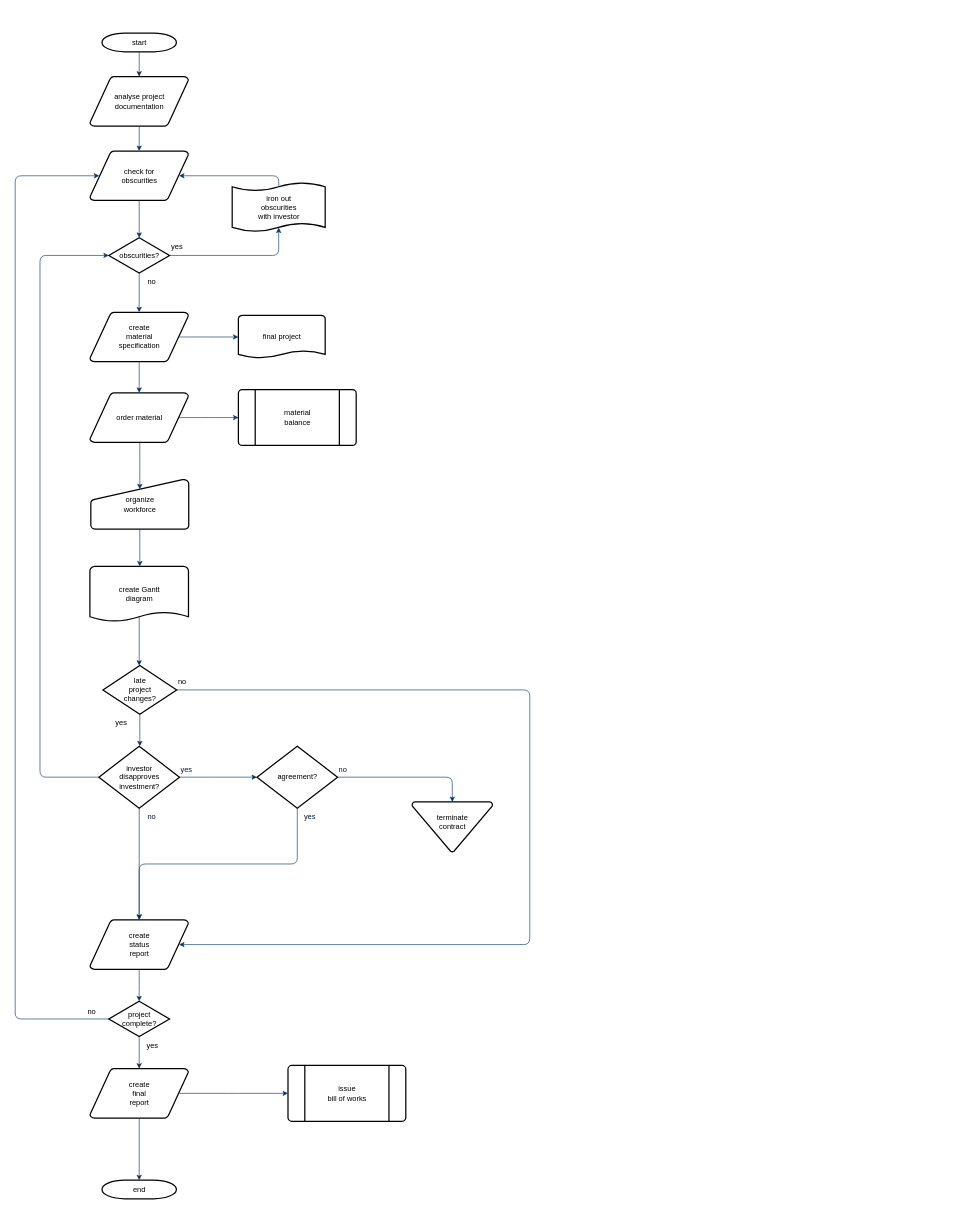
This is duo.drawio from linuxscreen/draw.io, a draw.io file, before an edit. Source tidied: cells renumbered, new cells numbered last; positions are measured from the earlier drawing's top-left corner, leaving out a move shared by most shapes. Both pictures are drawn from the tidied source at 62%, with x=0, y=0 at pixel (15, 33).
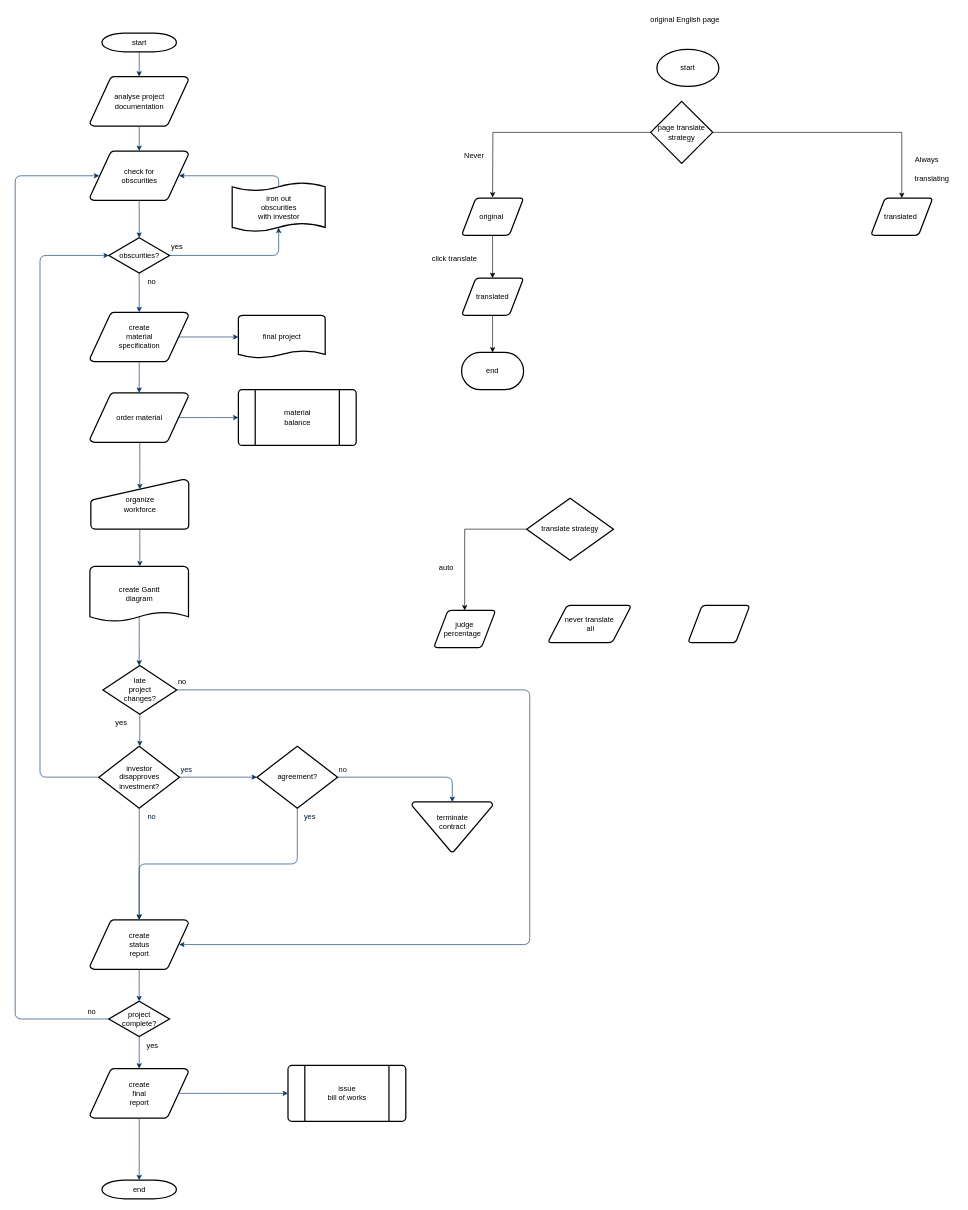
Above is the later version.

The edit, as a diff of the source:
```diff
@@
+    <mxCell id="56" value="start" style="strokeWidth=2;html=1;shape=mxgraph.flowchart.start_1;whiteSpace=wrap;" parent="1" vertex="1">
+      <mxGeometry x="1035" y="26" width="100" height="60" as="geometry" />
+    </mxCell>
+    <mxCell id="57" value="original English page" style="text;html=1;align=center;verticalAlign=middle;strokeColor=none;fillColor=none;" parent="1" vertex="1">
+      <mxGeometry x="1015" y="-36" width="130" height="30" as="geometry" />
+    </mxCell>
+    <mxCell id="58" style="edgeStyle=orthogonalEdgeStyle;rounded=0;jettySize=auto;html=1;exitX=0;exitY=0.5;exitDx=0;exitDy=0;exitPerimeter=0;entryX=0.5;entryY=0;entryDx=0;entryDy=0;" parent="1" edge="1" source="59" target="60">
+      <mxGeometry relative="1" as="geometry" />
+    </mxCell>
+    <mxCell id="59" value="translate strategy" style="strokeWidth=2;html=1;shape=mxgraph.flowchart.decision;whiteSpace=wrap;" parent="1" vertex="1">
+      <mxGeometry x="825" y="750" width="140" height="100" as="geometry" />
+    </mxCell>
+    <mxCell id="60" value="judge percentage&amp;nbsp;&amp;nbsp;" style="shape=parallelogram;html=1;strokeWidth=2;perimeter=parallelogramPerimeter;whiteSpace=wrap;rounded=1;arcSize=12;size=0.23;" parent="1" vertex="1">
+      <mxGeometry x="675" y="931" width="100" height="60" as="geometry" />
+    </mxCell>
+    <mxCell id="61" value="auto" style="text;html=1;align=center;verticalAlign=middle;strokeColor=none;fillColor=none;" parent="1" vertex="1">
+      <mxGeometry x="670" y="848" width="50" height="30" as="geometry" />
+    </mxCell>
+    <mxCell id="62" value="never translate&lt;br&gt;&amp;nbsp;all" style="shape=parallelogram;strokeWidth=2;perimeter=parallelogramPerimeter;rounded=1;arcSize=12;size=0.23;whiteSpace=wrap;labelBackgroundColor=none;textShadow=0;html=1;direction=west;" parent="1" vertex="1">
+      <mxGeometry x="859" y="923" width="135" height="60" as="geometry" />
+    </mxCell>
+    <mxCell id="63" style="shape=parallelogram;html=1;strokeWidth=2;perimeter=parallelogramPerimeter;whiteSpace=wrap;rounded=1;arcSize=12;size=0.23;" parent="1" vertex="1">
+      <mxGeometry x="1085" y="923" width="100" height="60" as="geometry" />
+    </mxCell>
+    <mxCell id="64" style="edgeStyle=orthogonalEdgeStyle;rounded=0;jettySize=auto;html=1;exitX=0;exitY=0.5;exitDx=0;exitDy=0;exitPerimeter=0;" parent="1" edge="1" source="66">
+      <mxGeometry relative="1" as="geometry">
+        <mxPoint x="770" y="265" as="targetPoint" />
+      </mxGeometry>
+    </mxCell>
+    <mxCell id="65" style="edgeStyle=orthogonalEdgeStyle;rounded=0;jettySize=auto;html=1;exitX=1;exitY=0.5;exitDx=0;exitDy=0;exitPerimeter=0;entryX=0.5;entryY=0;entryDx=0;entryDy=0;" parent="1" edge="1" source="66" target="74">
+      <mxGeometry relative="1" as="geometry" />
+    </mxCell>
+    <mxCell id="66" value="page translate strategy" style="strokeWidth=2;html=1;shape=mxgraph.flowchart.decision;whiteSpace=wrap;" parent="1" vertex="1">
+      <mxGeometry x="1025" y="110" width="100" height="100" as="geometry" />
+    </mxCell>
+    <mxCell id="67" value="original&amp;nbsp;" style="shape=parallelogram;html=1;strokeWidth=2;perimeter=parallelogramPerimeter;whiteSpace=wrap;rounded=1;arcSize=12;size=0.23;" parent="1" vertex="1">
+      <mxGeometry x="720" y="266" width="100" height="60" as="geometry" />
+    </mxCell>
+    <mxCell id="68" value="Never" style="text;html=1;align=center;verticalAlign=middle;strokeColor=none;fillColor=none;" parent="1" vertex="1">
+      <mxGeometry x="710" y="183" width="60" height="30" as="geometry" />
+    </mxCell>
+    <mxCell id="69" style="edgeStyle=orthogonalEdgeStyle;rounded=0;jettySize=auto;html=1;exitX=0.5;exitY=1;exitDx=0;exitDy=0;entryX=0.5;entryY=0;entryDx=0;entryDy=0;" parent="1" edge="1" source="67">
+      <mxGeometry relative="1" as="geometry">
+        <mxPoint x="770" y="395" as="targetPoint" />
+      </mxGeometry>
+    </mxCell>
+    <mxCell id="70" style="edgeStyle=orthogonalEdgeStyle;rounded=0;jettySize=auto;html=1;exitX=0.5;exitY=1;exitDx=0;exitDy=0;" parent="1" edge="1" source="71" target="73">
+      <mxGeometry relative="1" as="geometry" />
+    </mxCell>
+    <mxCell id="71" value="translated" style="shape=parallelogram;html=1;strokeWidth=2;perimeter=parallelogramPerimeter;whiteSpace=wrap;rounded=1;arcSize=12;size=0.23;" parent="1" vertex="1">
+      <mxGeometry x="720" y="395" width="100" height="60" as="geometry" />
+    </mxCell>
+    <mxCell id="72" value="click translate&amp;nbsp;" style="text;html=1;align=center;verticalAlign=middle;strokeColor=none;fillColor=none;" parent="1" vertex="1">
+      <mxGeometry x="660" y="348.5" width="100" height="30" as="geometry" />
+    </mxCell>
+    <mxCell id="73" value="end" style="strokeWidth=2;html=1;shape=mxgraph.flowchart.terminator;whiteSpace=wrap;" parent="1" vertex="1">
+      <mxGeometry x="720" y="515" width="100" height="60" as="geometry" />
+    </mxCell>
+    <mxCell id="74" value="translated&amp;nbsp;" style="shape=parallelogram;html=1;strokeWidth=2;perimeter=parallelogramPerimeter;whiteSpace=wrap;rounded=1;arcSize=12;size=0.23;" parent="1" vertex="1">
+      <mxGeometry x="1380" y="266" width="100" height="60" as="geometry" />
+    </mxCell>
+    <mxCell id="75" value="Always" style="text;html=1;align=center;verticalAlign=middle;strokeColor=none;fillColor=none;" parent="1" vertex="1">
+      <mxGeometry x="1440" y="190" width="60" height="30" as="geometry" />
+    </mxCell>
+    <mxCell id="76" value="translating&amp;nbsp;" style="text;html=1;align=center;verticalAlign=middle;strokeColor=none;fillColor=none;" parent="1" vertex="1">
+      <mxGeometry x="1440" y="220" width="80" height="30" as="geometry" />
+    </mxCell>
```
